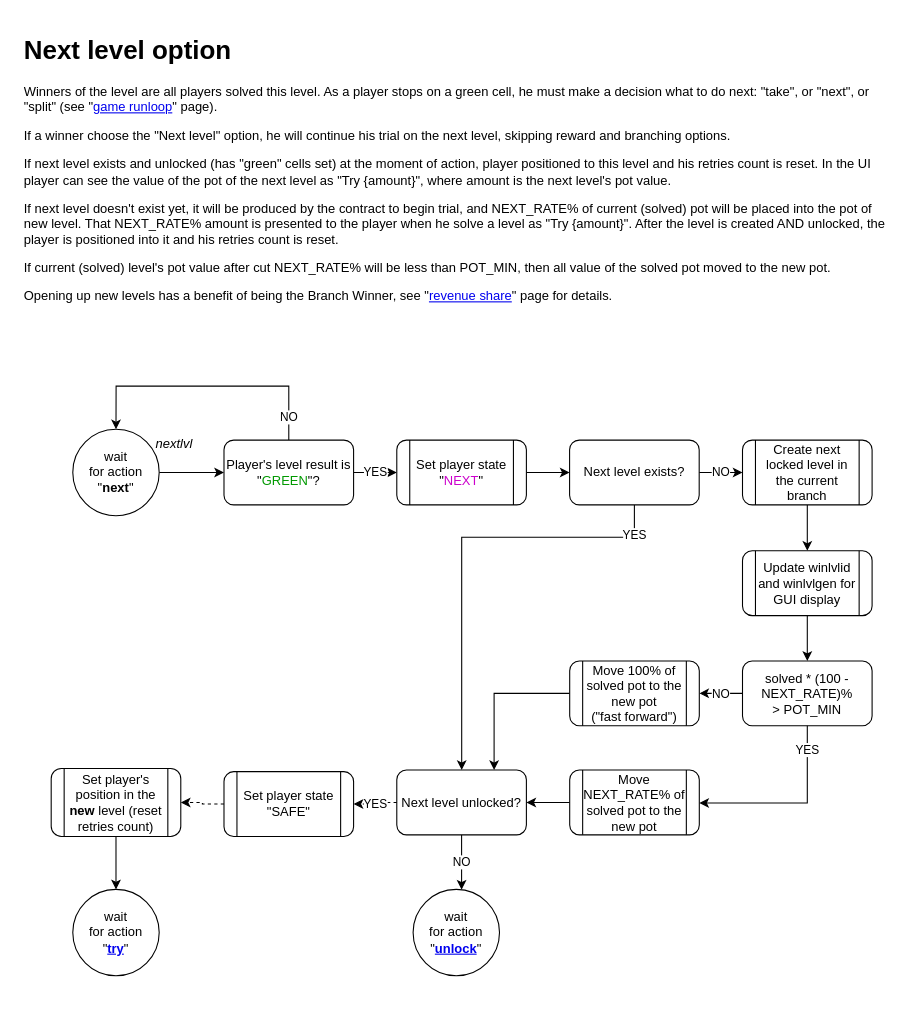
This is page "next" (9 of 17) of ia/WOFFLER IA.drawio from cptn-solo/woffler_contract, a draw.io file, before an edit. Source tidied: cells renumbered, new cells numbered last; positions are measured from the earlier drawing's top-left corner, leaving out a move shared by most shapes. Both pictures are drawn from the tidied source at 108%, with x=0, y=0 at pixel (18, 29).
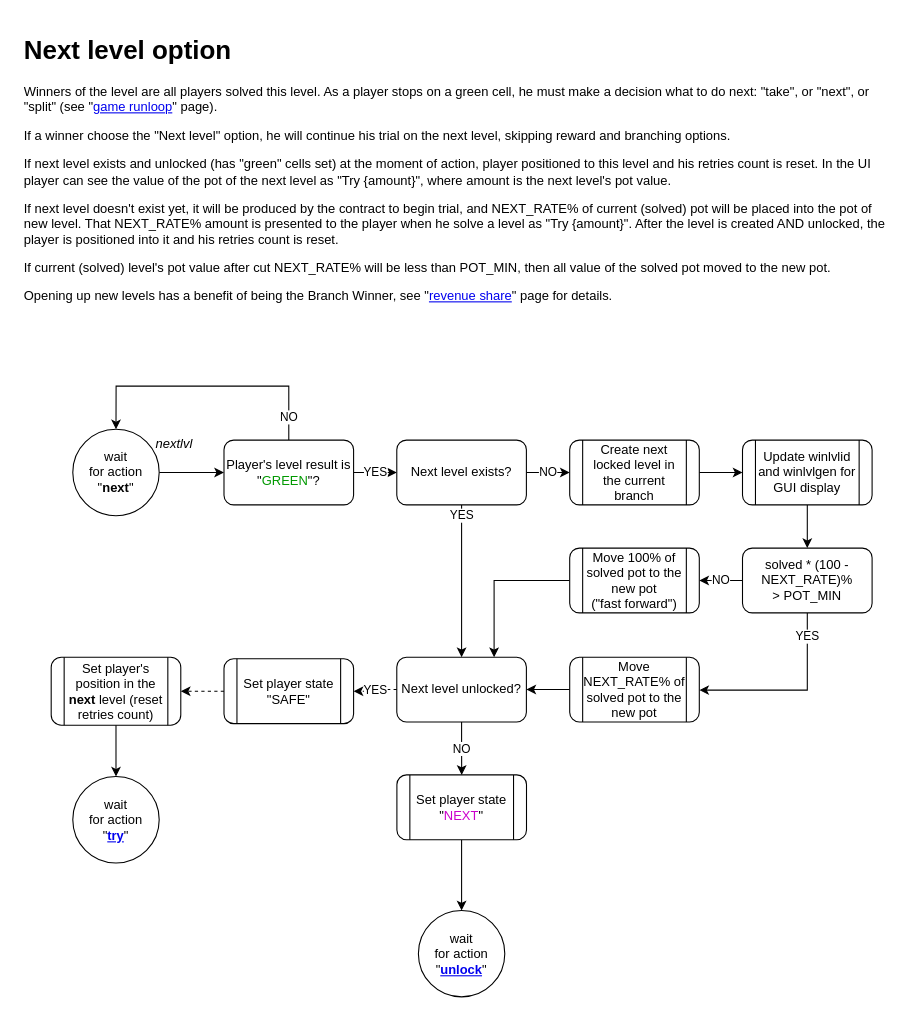
The same page after the edit.

The change refers to these unchanged cells:
```xml
<mxCell id="5" value="Player's level result is &quot;&lt;font color=&quot;#009900&quot;&gt;GREEN&lt;/font&gt;&quot;?" style="rounded=1;whiteSpace=wrap;html=1;shadow=0;glass=0;strokeColor=#000000;align=center;" parent="1" vertex="1">
  <mxGeometry x="189.9" y="380" width="120" height="60" as="geometry" />
</mxCell>
```

Change to the diagram source:
```diff
@@
-    <mxCell id="4" value="YES" style="edgeStyle=orthogonalEdgeStyle;rounded=0;jettySize=auto;html=1;" parent="1" edge="1" source="5" target="7">
+    <mxCell id="4" value="YES" style="edgeStyle=orthogonalEdgeStyle;rounded=0;jettySize=auto;html=1;" parent="1" edge="1" source="5" target="10">
       <mxGeometry relative="1" as="geometry" />
     </mxCell>
@@
-    <mxCell id="6" style="edgeStyle=orthogonalEdgeStyle;rounded=0;jettySize=auto;html=1;" parent="1" edge="1" source="7" target="10">
-      <mxGeometry relative="1" as="geometry" />
-    </mxCell>
-    <mxCell id="7" value="Set player state &quot;&lt;font color=&quot;#cc00cc&quot;&gt;NEXT&lt;/font&gt;&quot;" style="shape=process;rounded=1;whiteSpace=wrap;html=1;shadow=0;glass=0;strokeColor=#000000;align=center;" parent="1" vertex="1">
-      <mxGeometry x="349.9" y="380" width="120" height="60" as="geometry" />
-    </mxCell>
@@
     <mxCell id="9" value="YES" style="edgeStyle=orthogonalEdgeStyle;rounded=0;jettySize=auto;html=1;" parent="1" edge="1" source="10" target="29">
       <mxGeometry x="-0.86" relative="1" as="geometry">
         <Array as="points">
-          <mxPoint x="570" y="470" />
-          <mxPoint x="410" y="470" />
+          <mxPoint x="410" y="440" />
+          <mxPoint x="410" y="440" />
         </Array>
       </mxGeometry>
     </mxCell>
     <mxCell id="10" value="Next level exists?" style="rounded=1;whiteSpace=wrap;html=1;shadow=0;glass=0;strokeColor=#000000;align=center;" parent="1" vertex="1">
-      <mxGeometry x="509.9" y="380" width="120" height="60" as="geometry" />
+      <mxGeometry x="349.9" y="380" width="120" height="60" as="geometry" />
     </mxCell>
@@
     <mxCell id="13" value="Create next locked level in the current branch" style="shape=process;rounded=1;whiteSpace=wrap;html=1;shadow=0;glass=0;strokeColor=#000000;align=center;" parent="1" vertex="1">
-      <mxGeometry x="670" y="380" width="120" height="60" as="geometry" />
+      <mxGeometry x="510" y="380" width="120" height="60" as="geometry" />
     </mxCell>
-    <mxCell id="14" value="Set player's position in the &lt;b&gt;new&lt;/b&gt; level (reset retries count)&lt;br&gt;" style="shape=process;rounded=1;whiteSpace=wrap;html=1;shadow=0;glass=0;strokeColor=#000000;align=center;" parent="1" vertex="1">
-      <mxGeometry x="29.9" y="684" width="120" height="63" as="geometry" />
+    <mxCell id="14" value="Set player's position in the &lt;b&gt;next&lt;/b&gt; level (reset retries count)&lt;br&gt;" style="shape=process;rounded=1;whiteSpace=wrap;html=1;shadow=0;glass=0;strokeColor=#000000;align=center;" parent="1" vertex="1">
+      <mxGeometry x="29.9" y="581" width="120" height="63" as="geometry" />
     </mxCell>
     <mxCell id="15" style="edgeStyle=orthogonalEdgeStyle;rounded=0;jumpStyle=arc;jettySize=auto;html=1;" parent="1" edge="1" source="16" target="29">
       <mxGeometry relative="1" as="geometry">
         <Array as="points">
-          <mxPoint x="440" y="615" />
+          <mxPoint x="440" y="510.5" />
         </Array>
       </mxGeometry>
     </mxCell>
     <mxCell id="16" value="Move 100% of solved pot to the new pot&lt;br&gt;(&quot;fast forward&quot;)&lt;br&gt;" style="shape=process;rounded=1;whiteSpace=wrap;html=1;shadow=0;glass=0;strokeColor=#000000;align=center;" parent="1" vertex="1">
-      <mxGeometry x="510" y="584.5" width="120" height="60" as="geometry" />
+      <mxGeometry x="510" y="480" width="120" height="60" as="geometry" />
     </mxCell>
@@
     <mxCell id="22" style="edgeStyle=orthogonalEdgeStyle;rounded=0;jumpStyle=arc;jettySize=auto;html=1;" parent="1" edge="1" source="24" target="29">
       <mxGeometry x="-1" y="-88" relative="1" as="geometry">
         <Array as="points">
-          <mxPoint x="580" y="706" />
-          <mxPoint x="580" y="706" />
+          <mxPoint x="580" y="601.5" />
+          <mxPoint x="580" y="601.5" />
         </Array>
         <mxPoint x="70" y="35" as="offset" />
       </mxGeometry>
     </mxCell>
     <mxCell id="23" value="&lt;span&gt;solved * (100 -NEXT_RATE)% &lt;br&gt;&amp;gt; POT_MIN&lt;/span&gt;&lt;br&gt;" style="rounded=1;whiteSpace=wrap;html=1;shadow=0;glass=0;strokeColor=#000000;align=center;" parent="1" vertex="1">
-      <mxGeometry x="670" y="584.5" width="120" height="60" as="geometry" />
+      <mxGeometry x="670" y="480" width="120" height="60" as="geometry" />
     </mxCell>
     <mxCell id="24" value="Move NEXT_RATE% of solved pot to the new pot" style="shape=process;rounded=1;whiteSpace=wrap;html=1;shadow=0;glass=0;strokeColor=#000000;align=center;" parent="1" vertex="1">
-      <mxGeometry x="510" y="685.5" width="120" height="60" as="geometry" />
+      <mxGeometry x="510" y="581" width="120" height="60" as="geometry" />
     </mxCell>
     <mxCell id="25" value="YES" style="edgeStyle=orthogonalEdgeStyle;rounded=0;jumpStyle=arc;jettySize=auto;html=1;" parent="1" edge="1" source="23" target="24">
       <mxGeometry x="-0.75" relative="1" as="geometry">
         <Array as="points">
-          <mxPoint x="730" y="716" />
+          <mxPoint x="730" y="611.5" />
         </Array>
         <mxPoint y="1" as="offset" />
       </mxGeometry>
     </mxCell>
     <mxCell id="26" value="wait &lt;br&gt;for action&lt;br&gt;&quot;&lt;b&gt;&lt;a href=&quot;data:page/id,Am0qS1xOvbDyxcGwkt44&quot;&gt;try&lt;/a&gt;&lt;/b&gt;&quot;" style="ellipse;whiteSpace=wrap;html=1;rounded=1;shadow=0;glass=0;align=center;" parent="1" vertex="1">
-      <mxGeometry x="49.9" y="796" width="80" height="80" as="geometry" />
+      <mxGeometry x="49.9" y="691.5" width="80" height="80" as="geometry" />
     </mxCell>
-    <mxCell id="27" value="NO" style="edgeStyle=orthogonalEdgeStyle;rounded=0;jettySize=auto;html=1;" parent="1" edge="1" source="29" target="32">
+    <mxCell id="27" style="edgeStyle=orthogonalEdgeStyle;rounded=0;jettySize=auto;html=1;" parent="1" edge="1" source="7" target="32">
       <mxGeometry relative="1" as="geometry">
         <Array as="points">
-          <mxPoint x="410" y="836" />
+          <mxPoint x="410" y="731.5" />
         </Array>
       </mxGeometry>
     </mxCell>
@@
     <mxCell id="29" value="Next level unlocked?" style="rounded=1;whiteSpace=wrap;html=1;shadow=0;glass=0;strokeColor=#000000;align=center;" parent="1" vertex="1">
-      <mxGeometry x="349.9" y="685.5" width="120" height="60" as="geometry" />
+      <mxGeometry x="349.9" y="581" width="120" height="60" as="geometry" />
     </mxCell>
@@
     <mxCell id="32" value="wait &lt;br&gt;for action &quot;&lt;b&gt;&lt;a href=&quot;data:page/id,PTiBQR1OZZOvdm40SifF&quot;&gt;unlock&lt;/a&gt;&lt;/b&gt;&quot;" style="ellipse;whiteSpace=wrap;html=1;rounded=1;shadow=0;glass=0;align=center;" parent="1" vertex="1">
-      <mxGeometry x="365" y="796" width="80" height="80" as="geometry" />
+      <mxGeometry x="369.9" y="815.5" width="80" height="80" as="geometry" />
     </mxCell>
     <mxCell id="33" value="Update winlvlid and winlvlgen for GUI display" style="shape=process;rounded=1;whiteSpace=wrap;html=1;shadow=0;glass=0;strokeColor=#000000;align=center;" parent="1" vertex="1">
-      <mxGeometry x="670" y="482.5" width="120" height="60" as="geometry" />
+      <mxGeometry x="670" y="380" width="120" height="60" as="geometry" />
     </mxCell>
     <mxCell id="34" value="Set player state &quot;SAFE&quot;" style="shape=process;rounded=1;whiteSpace=wrap;html=1;shadow=0;glass=0;strokeColor=#000000;align=center;" parent="1" vertex="1">
-      <mxGeometry x="189.9" y="687" width="120" height="60" as="geometry" />
+      <mxGeometry x="189.9" y="582.5" width="120" height="60" as="geometry" />
     </mxCell>
@@
+    <mxCell id="7" value="Set player state &quot;&lt;font color=&quot;#cc00cc&quot;&gt;NEXT&lt;/font&gt;&quot;" style="shape=process;rounded=1;whiteSpace=wrap;html=1;shadow=0;glass=0;strokeColor=#000000;align=center;" parent="1" vertex="1">
+      <mxGeometry x="350" y="690" width="120" height="60" as="geometry" />
+    </mxCell>
+    <mxCell id="36" value="NO" style="edgeStyle=orthogonalEdgeStyle;rounded=0;jettySize=auto;html=1;" parent="1" edge="1" source="29" target="7">
+      <mxGeometry relative="1" as="geometry" />
+    </mxCell>
```
